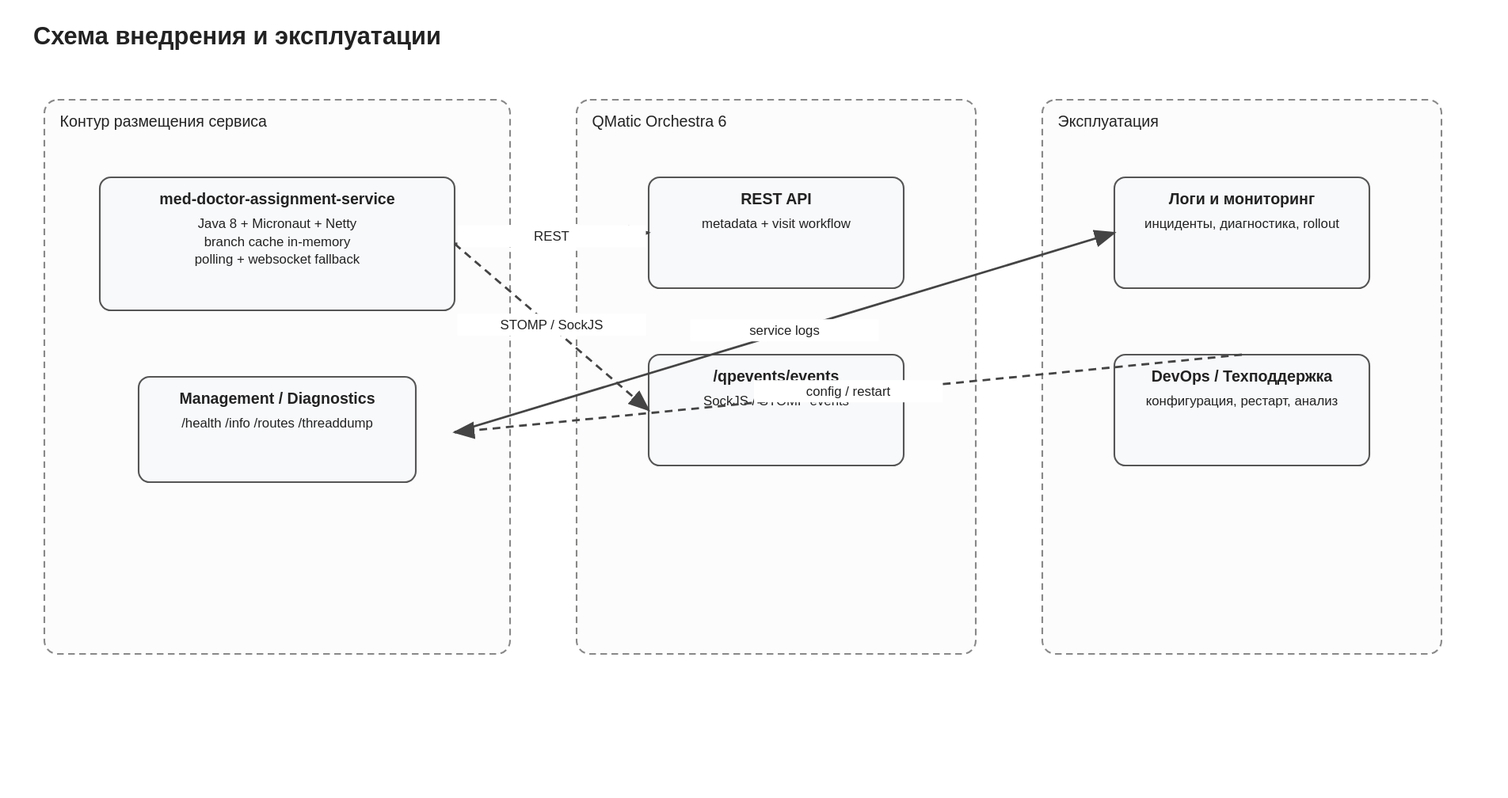
Earlier version of the PlantUML export docs/diagrams/deployment-view.svg (psokolov25/DoctorAssignment). Its source is kept beside it as docs/plantuml/deployment-view.puml.
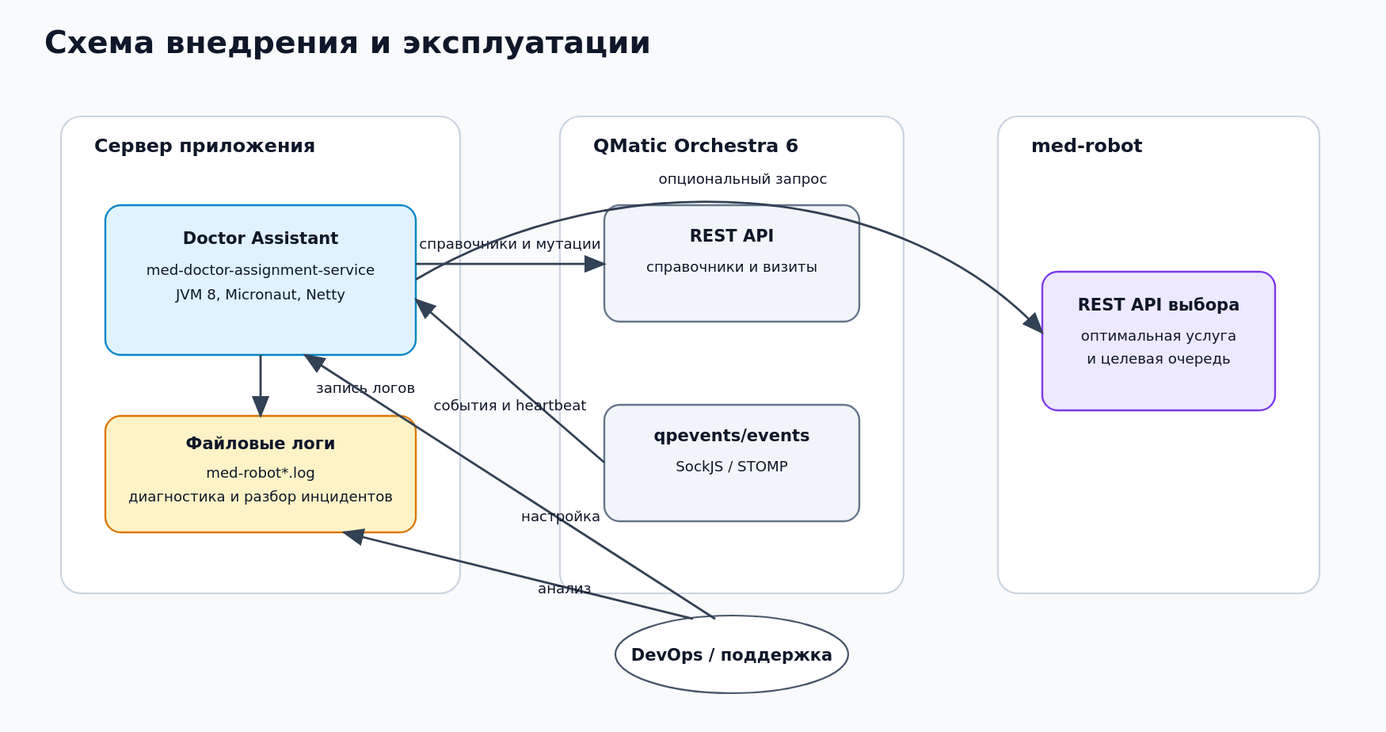
After the change.

Diff of the diagram source:
```diff
@@ -1,25 +1,65 @@
 @startuml
+title Схема внедрения и эксплуатации
+
+skinparam backgroundColor #F8FAFC
+skinparam shadowing false
 skinparam componentStyle rectangle
-skinparam shadowing false
+skinparam defaultFontName "DejaVu Sans"
+skinparam defaultFontSize 14
 skinparam defaultTextAlignment center
+skinparam wrapWidth 240
+skinparam ArrowColor #334155
+skinparam ArrowThickness 1.4
+skinparam node {
+  BackgroundColor #FFFFFF
+  BorderColor #CBD5E1
+  FontColor #0F172A
+}
+skinparam component {
+  BackgroundColor #E0F2FE
+  BorderColor #0284C7
+  FontColor #0F172A
+}
+skinparam cloud {
+  BackgroundColor #F1F5F9
+  BorderColor #64748B
+  FontColor #0F172A
+}
+skinparam database {
+  BackgroundColor #FEF3C7
+  BorderColor #F59E0B
+  FontColor #0F172A
+}
 
-node "Windows / Linux host" {
-  node "JVM 8" {
-    component "med-doctor-assignment-service\nMicronaut + Netty" as App
+node "Сервер приложения\nWindows или Linux" as Host {
+  node "JVM 8" as Jvm {
+    component "Doctor Assistant\n`med-doctor-assignment-service`\nMicronaut + Netty" as App
   }
 }
 
-cloud "QMatic Orchestra 6" {
-  component "REST API" as Rest
-  component "qpevents/events\nSockJS / STOMP" as Events
+cloud "QMatic Orchestra 6" as Orchestra {
+  component "REST API\nсправочники и операции над визитами" as Rest
+  component "События рабочих мест\n`qpevents/events`\nSockJS / STOMP" as Events
 }
 
-database "Логи / мониторинг" as Logs
-actor "DevOps / Поддержка" as Ops
+cloud "med-robot" as Robot {
+  component "REST API выбора\nоптимальной услуги и очереди" as RobotApi
+}
 
-App --> Rest : metadata + visit workflow
-App --> Events : subscriptions / heartbeats
-App --> Logs : structured logs
-Ops --> App : config / restart / diagnostics
-Ops --> Logs : incident analysis
+database "Файловые логи\n`med-robot.log`\n`med-robot-http.log`\n`med-robot-busines.log`" as Logs
+actor "DevOps / поддержка" as Ops
+
+App --> Rest : чтение справочников и мутации визита
+App --> Events : подписка на события и heartbeat
+App --> RobotApi : опциональный запрос оптимального решения
+App --> Logs : структурированные диагностические записи
+Ops --> App : настройка, перезапуск, диагностика
+Ops --> Logs : разбор инцидентов
+
+legend right
+  Для отключения med-robot достаточно
+  `application.med-robot.enabled=false`.
+  Для режима только по расписанию выключается websocket
+  и включается `application.assignment.polling-enabled`.
+endlegend
 @enduml
```
